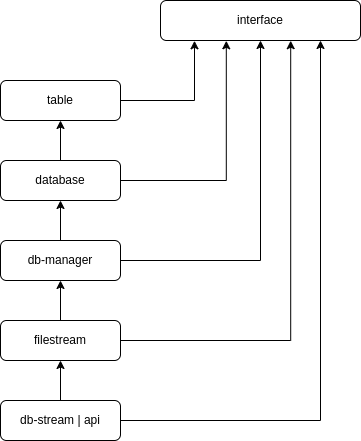
The draw.io diagram docs/db-lib/db-lib.drawio.png in VahagnGishyan/sql-engine, before a commit. Source tidied: cells renumbered, new cells last; positions are measured from the earlier drawing's top-left corner, leaving out a move shared by most shapes. The source it was exported from:
```xml
<mxGraphModel>
  <root>
    <mxCell id="0" />
    <mxCell id="1" parent="0" />
    <mxCell id="2" value="interface" style="rounded=1;whiteSpace=wrap;html=1;" parent="1" vertex="1">
      <mxGeometry x="160" width="200" height="40" as="geometry" />
    </mxCell>
    <mxCell id="3" style="edgeStyle=orthogonalEdgeStyle;rounded=0;jettySize=auto;html=1;entryX=0.329;entryY=1.007;entryDx=0;entryDy=0;entryPerimeter=0;" parent="1" edge="1" source="5" target="2">
      <mxGeometry relative="1" as="geometry" />
    </mxCell>
    <mxCell id="4" style="edgeStyle=orthogonalEdgeStyle;rounded=0;jettySize=auto;html=1;entryX=0.5;entryY=1;entryDx=0;entryDy=0;" parent="1" edge="1" source="5" target="7">
      <mxGeometry relative="1" as="geometry" />
    </mxCell>
    <mxCell id="5" value="database" style="rounded=1;whiteSpace=wrap;html=1;" parent="1" vertex="1">
      <mxGeometry y="160" width="120" height="40" as="geometry" />
    </mxCell>
    <mxCell id="6" style="edgeStyle=orthogonalEdgeStyle;rounded=0;jettySize=auto;html=1;entryX=0.17;entryY=1.007;entryDx=0;entryDy=0;entryPerimeter=0;" parent="1" edge="1" source="7" target="2">
      <mxGeometry relative="1" as="geometry" />
    </mxCell>
    <mxCell id="7" value="table" style="rounded=1;whiteSpace=wrap;html=1;" parent="1" vertex="1">
      <mxGeometry y="80" width="120" height="40" as="geometry" />
    </mxCell>
    <mxCell id="8" style="edgeStyle=orthogonalEdgeStyle;rounded=0;jettySize=auto;html=1;entryX=0.5;entryY=1;entryDx=0;entryDy=0;" parent="1" edge="1" source="10" target="2">
      <mxGeometry relative="1" as="geometry" />
    </mxCell>
    <mxCell id="9" style="edgeStyle=orthogonalEdgeStyle;rounded=0;jettySize=auto;html=1;entryX=0.5;entryY=1;entryDx=0;entryDy=0;" parent="1" edge="1" source="10" target="5">
      <mxGeometry relative="1" as="geometry" />
    </mxCell>
    <mxCell id="10" value="db-manager" style="rounded=1;whiteSpace=wrap;html=1;" parent="1" vertex="1">
      <mxGeometry y="240" width="120" height="40" as="geometry" />
    </mxCell>
    <mxCell id="11" style="edgeStyle=orthogonalEdgeStyle;rounded=0;jettySize=auto;html=1;" parent="1" edge="1" source="13" target="10">
      <mxGeometry relative="1" as="geometry" />
    </mxCell>
    <mxCell id="12" style="edgeStyle=orthogonalEdgeStyle;rounded=0;jettySize=auto;html=1;entryX=0.651;entryY=1.005;entryDx=0;entryDy=0;entryPerimeter=0;" parent="1" edge="1" source="13" target="2">
      <mxGeometry relative="1" as="geometry" />
    </mxCell>
    <mxCell id="13" value="filestream" style="rounded=1;whiteSpace=wrap;html=1;" parent="1" vertex="1">
      <mxGeometry y="320" width="120" height="40" as="geometry" />
    </mxCell>
    <mxCell id="14" style="edgeStyle=orthogonalEdgeStyle;rounded=0;jettySize=auto;html=1;" parent="1" edge="1" source="15" target="13">
      <mxGeometry relative="1" as="geometry" />
    </mxCell>
    <mxCell id="15" value="db-stream | api" style="rounded=1;whiteSpace=wrap;html=1;" parent="1" vertex="1">
      <mxGeometry y="400" width="120" height="40" as="geometry" />
    </mxCell>
    <mxCell id="16" style="edgeStyle=orthogonalEdgeStyle;rounded=0;jettySize=auto;html=1;entryX=0.8;entryY=1;entryDx=0;entryDy=0;entryPerimeter=0;" parent="1" edge="1" source="15" target="2">
      <mxGeometry relative="1" as="geometry" />
    </mxCell>
  </root>
</mxGraphModel>
```
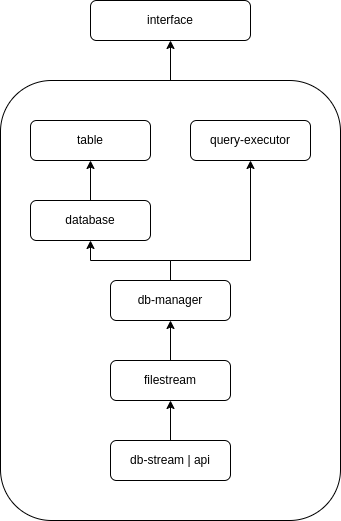
After the change.

The edit, as a diff of the source:
```diff
@@ -3,49 +3,51 @@
     <mxCell id="0" />
     <mxCell id="1" parent="0" />
     <mxCell id="2" value="interface" style="rounded=1;whiteSpace=wrap;html=1;" parent="1" vertex="1">
-      <mxGeometry x="160" width="200" height="40" as="geometry" />
+      <mxGeometry x="-20" width="160" height="40" as="geometry" />
     </mxCell>
-    <mxCell id="3" style="edgeStyle=orthogonalEdgeStyle;rounded=0;jettySize=auto;html=1;entryX=0.329;entryY=1.007;entryDx=0;entryDy=0;entryPerimeter=0;" parent="1" edge="1" source="5" target="2">
-      <mxGeometry relative="1" as="geometry" />
-    </mxCell>
+    <mxCell id="17" style="edgeStyle=orthogonalEdgeStyle;rounded=0;jettySize=auto;html=1;entryX=0.5;entryY=1;entryDx=0;entryDy=0;" parent="1" edge="1" source="18" target="2">
+      <mxGeometry relative="1" as="geometry" />
+    </mxCell>
+    <mxCell id="18" style="rounded=1;whiteSpace=wrap;html=1;fillColor=none;" parent="1" vertex="1">
+      <mxGeometry x="-110" y="80" width="340" height="440" as="geometry" />
+    </mxCell>
     <mxCell id="4" style="edgeStyle=orthogonalEdgeStyle;rounded=0;jettySize=auto;html=1;entryX=0.5;entryY=1;entryDx=0;entryDy=0;" parent="1" edge="1" source="5" target="7">
       <mxGeometry relative="1" as="geometry" />
     </mxCell>
     <mxCell id="5" value="database" style="rounded=1;whiteSpace=wrap;html=1;" parent="1" vertex="1">
-      <mxGeometry y="160" width="120" height="40" as="geometry" />
+      <mxGeometry x="-80" y="200" width="120" height="40" as="geometry" />
     </mxCell>
-    <mxCell id="6" style="edgeStyle=orthogonalEdgeStyle;rounded=0;jettySize=auto;html=1;entryX=0.17;entryY=1.007;entryDx=0;entryDy=0;entryPerimeter=0;" parent="1" edge="1" source="7" target="2">
-      <mxGeometry relative="1" as="geometry" />
-    </mxCell>
     <mxCell id="7" value="table" style="rounded=1;whiteSpace=wrap;html=1;" parent="1" vertex="1">
-      <mxGeometry y="80" width="120" height="40" as="geometry" />
+      <mxGeometry x="-80" y="120" width="120" height="40" as="geometry" />
     </mxCell>
-    <mxCell id="8" style="edgeStyle=orthogonalEdgeStyle;rounded=0;jettySize=auto;html=1;entryX=0.5;entryY=1;entryDx=0;entryDy=0;" parent="1" edge="1" source="10" target="2">
-      <mxGeometry relative="1" as="geometry" />
-    </mxCell>
+    <mxCell id="19" style="edgeStyle=orthogonalEdgeStyle;rounded=0;jettySize=auto;html=1;entryX=0.5;entryY=1;entryDx=0;entryDy=0;" parent="1" edge="1" source="10" target="20">
+      <mxGeometry relative="1" as="geometry">
+        <Array as="points">
+          <mxPoint x="60" y="260" />
+          <mxPoint x="140" y="260" />
+        </Array>
+      </mxGeometry>
+    </mxCell>
     <mxCell id="9" style="edgeStyle=orthogonalEdgeStyle;rounded=0;jettySize=auto;html=1;entryX=0.5;entryY=1;entryDx=0;entryDy=0;" parent="1" edge="1" source="10" target="5">
       <mxGeometry relative="1" as="geometry" />
     </mxCell>
     <mxCell id="10" value="db-manager" style="rounded=1;whiteSpace=wrap;html=1;" parent="1" vertex="1">
-      <mxGeometry y="240" width="120" height="40" as="geometry" />
+      <mxGeometry y="280" width="120" height="40" as="geometry" />
     </mxCell>
-    <mxCell id="11" style="edgeStyle=orthogonalEdgeStyle;rounded=0;jettySize=auto;html=1;" parent="1" edge="1" source="13" target="10">
+    <mxCell id="11" style="edgeStyle=orthogonalEdgeStyle;rounded=0;jettySize=auto;html=1;entryX=0.5;entryY=1;entryDx=0;entryDy=0;" parent="1" edge="1" source="13" target="10">
       <mxGeometry relative="1" as="geometry" />
     </mxCell>
-    <mxCell id="12" style="edgeStyle=orthogonalEdgeStyle;rounded=0;jettySize=auto;html=1;entryX=0.651;entryY=1.005;entryDx=0;entryDy=0;entryPerimeter=0;" parent="1" edge="1" source="13" target="2">
-      <mxGeometry relative="1" as="geometry" />
-    </mxCell>
     <mxCell id="13" value="filestream" style="rounded=1;whiteSpace=wrap;html=1;" parent="1" vertex="1">
-      <mxGeometry y="320" width="120" height="40" as="geometry" />
+      <mxGeometry y="360" width="120" height="40" as="geometry" />
     </mxCell>
-    <mxCell id="14" style="edgeStyle=orthogonalEdgeStyle;rounded=0;jettySize=auto;html=1;" parent="1" edge="1" source="15" target="13">
+    <mxCell id="14" style="edgeStyle=orthogonalEdgeStyle;rounded=0;jettySize=auto;html=1;entryX=0.5;entryY=1;entryDx=0;entryDy=0;" parent="1" edge="1" source="15" target="13">
       <mxGeometry relative="1" as="geometry" />
     </mxCell>
     <mxCell id="15" value="db-stream | api" style="rounded=1;whiteSpace=wrap;html=1;" parent="1" vertex="1">
-      <mxGeometry y="400" width="120" height="40" as="geometry" />
+      <mxGeometry y="440" width="120" height="40" as="geometry" />
     </mxCell>
-    <mxCell id="16" style="edgeStyle=orthogonalEdgeStyle;rounded=0;jettySize=auto;html=1;entryX=0.8;entryY=1;entryDx=0;entryDy=0;entryPerimeter=0;" parent="1" edge="1" source="15" target="2">
-      <mxGeometry relative="1" as="geometry" />
-    </mxCell>
+    <mxCell id="20" value="query-executor" style="rounded=1;whiteSpace=wrap;html=1;" parent="1" vertex="1">
+      <mxGeometry x="80" y="120" width="120" height="40" as="geometry" />
+    </mxCell>
   </root>
 </mxGraphModel>
```
